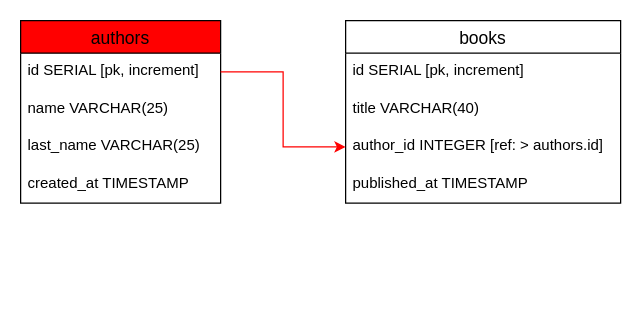
louissaadgo/go-postgresql-api keeps this draw.io diagram as db-schema.drawio. Above is the earlier version. Source tidied: cells renumbered, new cells numbered last; positions are measured from the earlier drawing's top-left corner, leaving out a move shared by most shapes. Both pictures are drawn from the tidied source at 125%, with x=0, y=0 at pixel (20, 20).
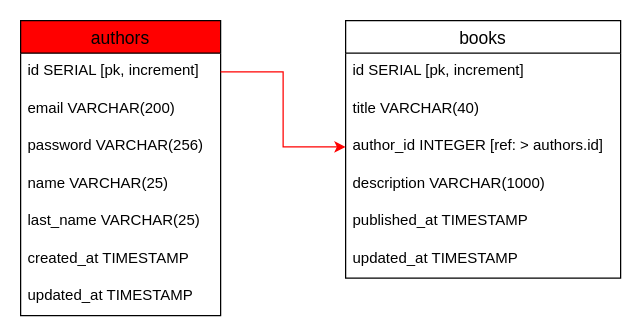
Above is the later version.

What changed in the source:
```diff
@@
 <mxGraphModel>
   <root>
     <mxCell id="0" />
     <mxCell id="1" parent="0" />
     <mxCell id="2" value="authors" style="swimlane;fontStyle=0;horizontal=1;startSize=26;align=center;fontSize=14;fillColor=#FF0000;" parent="1" vertex="1">
-      <mxGeometry width="160" height="146" as="geometry" />
+      <mxGeometry width="160" height="236" as="geometry" />
     </mxCell>
     <mxCell id="3" value="id SERIAL [pk, increment]" style="text;strokeColor=none;fillColor=none;spacingLeft=4;spacingRight=4;overflow=hidden;points=[[0,0.5],[1,0.5]];portConstraint=eastwest;fontSize=12;" parent="2" vertex="1">
       <mxGeometry y="26" width="160" height="30" as="geometry" />
     </mxCell>
+    <mxCell id="13" value="email VARCHAR(200)" style="text;strokeColor=none;fillColor=none;spacingLeft=4;spacingRight=4;overflow=hidden;fontSize=12;" parent="2" vertex="1">
+      <mxGeometry y="56" width="160" height="30" as="geometry" />
+    </mxCell>
+    <mxCell id="14" value="password VARCHAR(256)" style="text;strokeColor=none;fillColor=none;spacingLeft=4;spacingRight=4;overflow=hidden;fontSize=12;" parent="2" vertex="1">
+      <mxGeometry y="86" width="160" height="30" as="geometry" />
+    </mxCell>
     <mxCell id="4" value="name VARCHAR(25)" style="text;strokeColor=none;fillColor=none;spacingLeft=4;spacingRight=4;overflow=hidden;fontSize=12;" parent="2" vertex="1">
-      <mxGeometry y="56" width="160" height="30" as="geometry" />
+      <mxGeometry y="116" width="160" height="30" as="geometry" />
     </mxCell>
     <mxCell id="5" value="last_name VARCHAR(25)" style="text;strokeColor=none;fillColor=none;spacingLeft=4;spacingRight=4;overflow=hidden;fontSize=12;" parent="2" vertex="1">
-      <mxGeometry y="86" width="160" height="30" as="geometry" />
+      <mxGeometry y="146" width="160" height="30" as="geometry" />
     </mxCell>
     <mxCell id="6" value="created_at TIMESTAMP" style="text;strokeColor=none;fillColor=none;spacingLeft=4;spacingRight=4;overflow=hidden;fontSize=12;" parent="2" vertex="1">
-      <mxGeometry y="116" width="160" height="30" as="geometry" />
+      <mxGeometry y="176" width="160" height="30" as="geometry" />
     </mxCell>
+    <mxCell id="15" value="updated_at TIMESTAMP" style="text;strokeColor=none;fillColor=none;spacingLeft=4;spacingRight=4;overflow=hidden;fontSize=12;" parent="2" vertex="1">
+      <mxGeometry y="206" width="160" height="30" as="geometry" />
+    </mxCell>
     <mxCell id="7" value="books" style="swimlane;fontStyle=0;horizontal=1;startSize=26;align=center;fontSize=14;fillColor=#FFFFFF;" parent="1" vertex="1">
-      <mxGeometry x="260" width="220" height="146" as="geometry" />
+      <mxGeometry x="260" width="220" height="206" as="geometry" />
     </mxCell>
     <mxCell id="8" value="id SERIAL [pk, increment]" style="text;strokeColor=none;fillColor=none;spacingLeft=4;spacingRight=4;overflow=hidden;fontSize=12;" parent="7" vertex="1">
       <mxGeometry y="26" width="220" height="30" as="geometry" />
     </mxCell>
     <mxCell id="9" value="title VARCHAR(40)" style="text;strokeColor=none;fillColor=none;spacingLeft=4;spacingRight=4;overflow=hidden;fontSize=12;" parent="7" vertex="1">
       <mxGeometry y="56" width="220" height="30" as="geometry" />
     </mxCell>
     <mxCell id="10" value="author_id INTEGER [ref: &gt; authors.id]" style="text;strokeColor=none;fillColor=none;spacingLeft=4;spacingRight=4;overflow=hidden;points=[[0,0.5],[1,0.5]];portConstraint=eastwest;fontSize=12;" parent="7" vertex="1">
       <mxGeometry y="86" width="220" height="30" as="geometry" />
     </mxCell>
+    <mxCell id="16" value="description VARCHAR(1000)" style="text;strokeColor=none;fillColor=none;spacingLeft=4;spacingRight=4;overflow=hidden;fontSize=12;" parent="7" vertex="1">
+      <mxGeometry y="116" width="220" height="30" as="geometry" />
+    </mxCell>
     <mxCell id="11" value="published_at TIMESTAMP" style="text;strokeColor=none;fillColor=none;spacingLeft=4;spacingRight=4;overflow=hidden;fontSize=12;" parent="7" vertex="1">
-      <mxGeometry y="116" width="220" height="30" as="geometry" />
+      <mxGeometry y="146" width="220" height="30" as="geometry" />
     </mxCell>
+    <mxCell id="17" value="updated_at TIMESTAMP" style="text;strokeColor=none;fillColor=none;spacingLeft=4;spacingRight=4;overflow=hidden;fontSize=12;" parent="7" vertex="1">
+      <mxGeometry y="176" width="220" height="30" as="geometry" />
+    </mxCell>
     <mxCell id="12" style="edgeStyle=orthogonalEdgeStyle;rounded=0;jettySize=auto;html=1;entryX=0;entryY=0.5;entryDx=0;entryDy=0;strokeColor=#FF0000;" parent="1" edge="1" source="3" target="10">
       <mxGeometry relative="1" as="geometry" />
     </mxCell>
   </root>
 </mxGraphModel>
```
